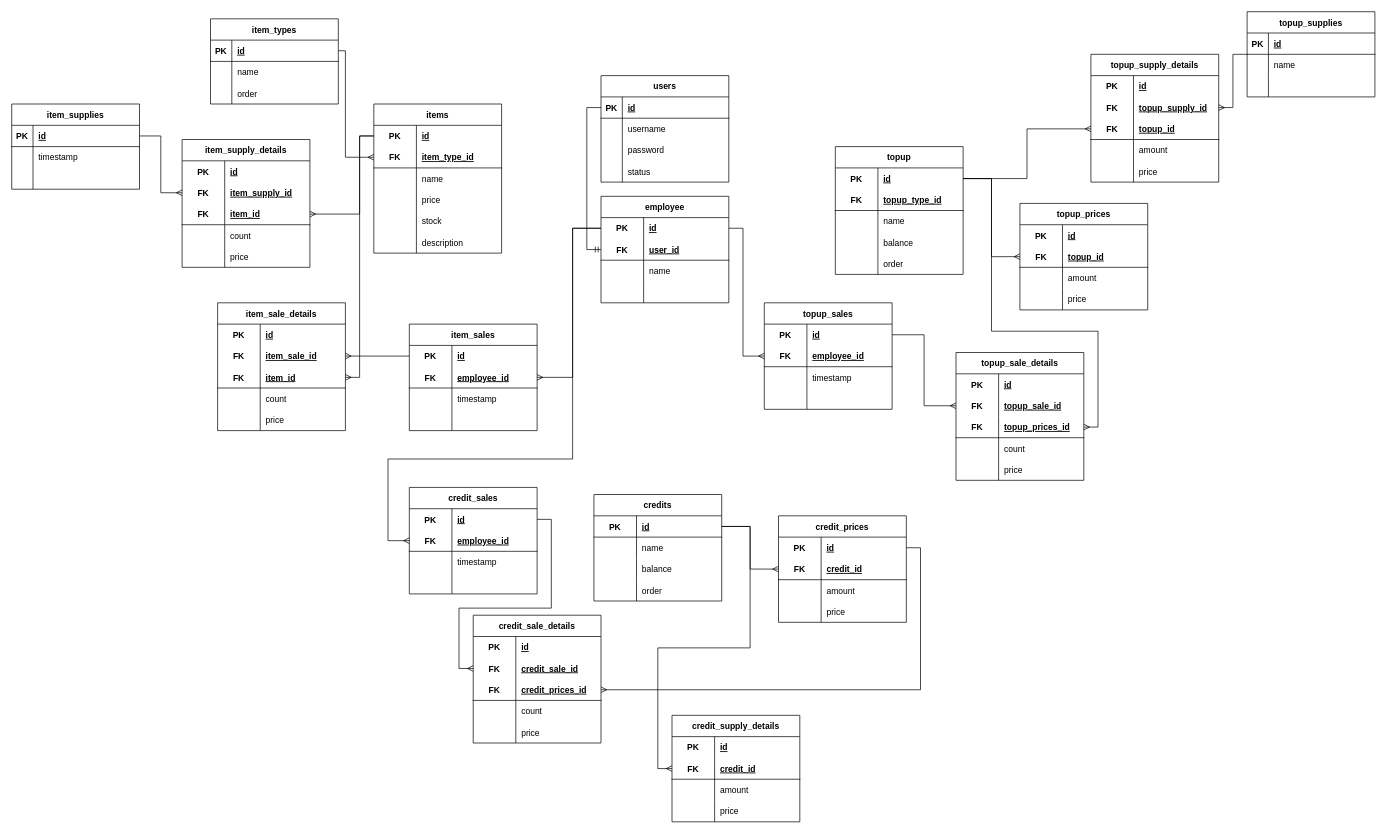
yafizh/cell-phone-api keeps this draw.io diagram as database/Database Schema.drawio. Above is the earlier version. Source tidied: cells renumbered, new cells numbered last; positions are measured from the earlier drawing's top-left corner, leaving out a move shared by most shapes. Both pictures are drawn from the tidied source at 71%, with x=0, y=0 at pixel (11, 11).
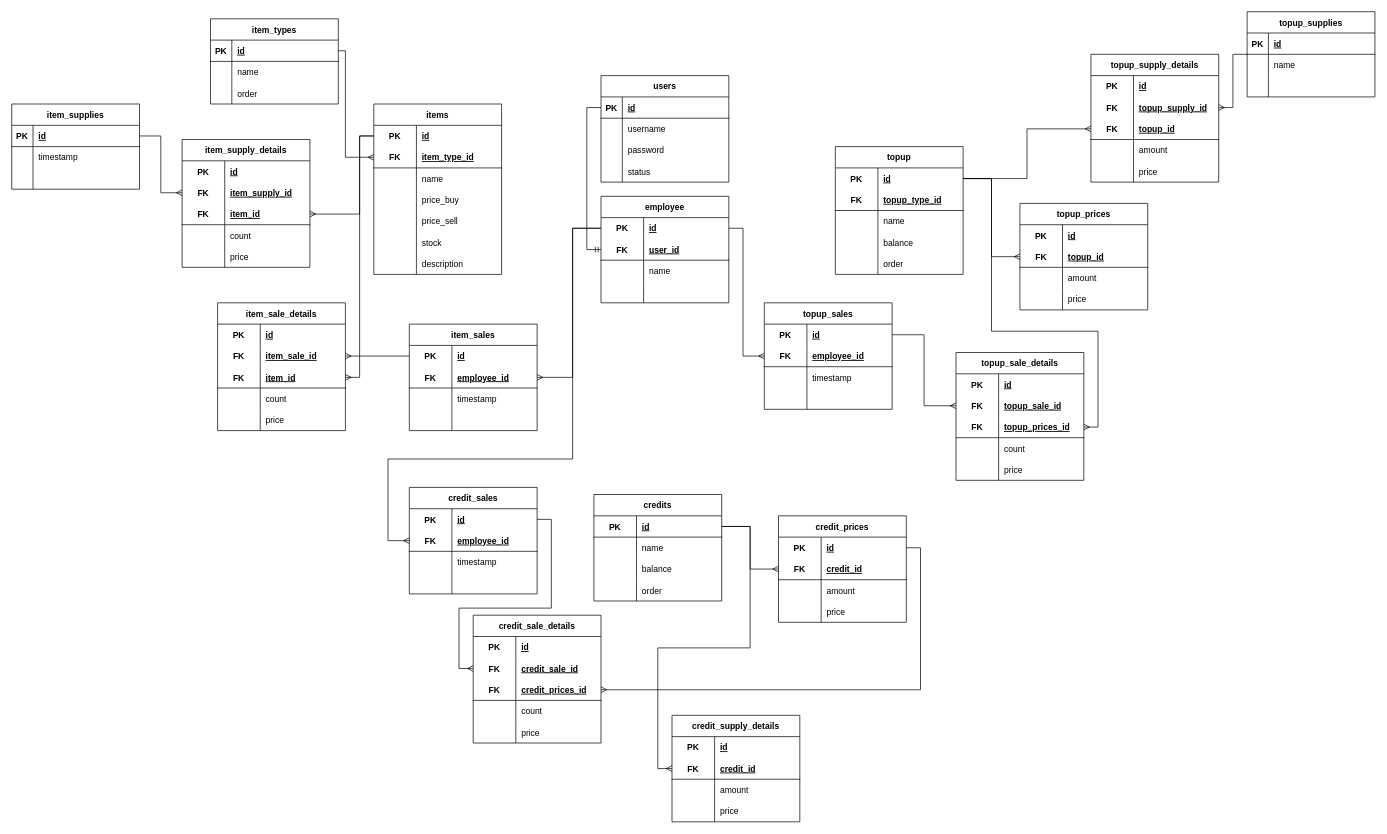
The same page after the edit.

The change refers to these unchanged cells:
```xml
<mxCell id="12" style="shape=tableRow;horizontal=0;startSize=0;swimlaneHead=0;swimlaneBody=0;fillColor=none;top=0;left=0;right=0;bottom=0;" parent="2" vertex="1">
  <mxGeometry y="120" width="180" height="30" as="geometry" />
</mxCell>
```

What changed in the source:
```diff
@@
     <mxCell id="2" value="items" style="shape=table;startSize=30;childLayout=tableLayout;rowLines=0;fontStyle=1;align=center;" parent="1" vertex="1">
-      <mxGeometry x="510" y="130" width="180" height="210" as="geometry" />
+      <mxGeometry x="510" y="130" width="180" height="240" as="geometry" />
     </mxCell>
@@
-    <mxCell id="14" value="price" style="shape=partialRectangle;fillColor=none;top=0;left=0;bottom=0;right=0;align=left;spacingLeft=6;overflow=hidden;" parent="12" vertex="1">
+    <mxCell id="14" value="price_buy" style="shape=partialRectangle;fillColor=none;top=0;left=0;bottom=0;right=0;align=left;spacingLeft=6;overflow=hidden;" parent="12" vertex="1">
       <mxGeometry x="60" width="120" height="30" as="geometry" />
     </mxCell>
+    <mxCell id="282" style="shape=tableRow;horizontal=0;startSize=0;swimlaneHead=0;swimlaneBody=0;fillColor=none;top=0;left=0;right=0;bottom=0;" parent="2" vertex="1">
+      <mxGeometry y="150" width="180" height="30" as="geometry" />
+    </mxCell>
+    <mxCell id="283" style="shape=partialRectangle;fillColor=none;top=0;left=0;bottom=0;right=0;overflow=hidden;" parent="282" vertex="1">
+      <mxGeometry width="60" height="30" as="geometry" />
+    </mxCell>
+    <mxCell id="284" value="price_sell" style="shape=partialRectangle;fillColor=none;top=0;left=0;bottom=0;right=0;align=left;spacingLeft=6;overflow=hidden;" parent="282" vertex="1">
+      <mxGeometry x="60" width="120" height="30" as="geometry" />
+    </mxCell>
     <mxCell id="15" style="shape=tableRow;horizontal=0;startSize=0;swimlaneHead=0;swimlaneBody=0;fillColor=none;top=0;left=0;right=0;bottom=0;" parent="2" vertex="1">
-      <mxGeometry y="150" width="180" height="30" as="geometry" />
+      <mxGeometry y="180" width="180" height="30" as="geometry" />
     </mxCell>
@@
     <mxCell id="18" style="shape=tableRow;horizontal=0;startSize=0;swimlaneHead=0;swimlaneBody=0;fillColor=none;top=0;left=0;right=0;bottom=0;" parent="2" vertex="1">
-      <mxGeometry y="180" width="180" height="30" as="geometry" />
+      <mxGeometry y="210" width="180" height="30" as="geometry" />
     </mxCell>
```
